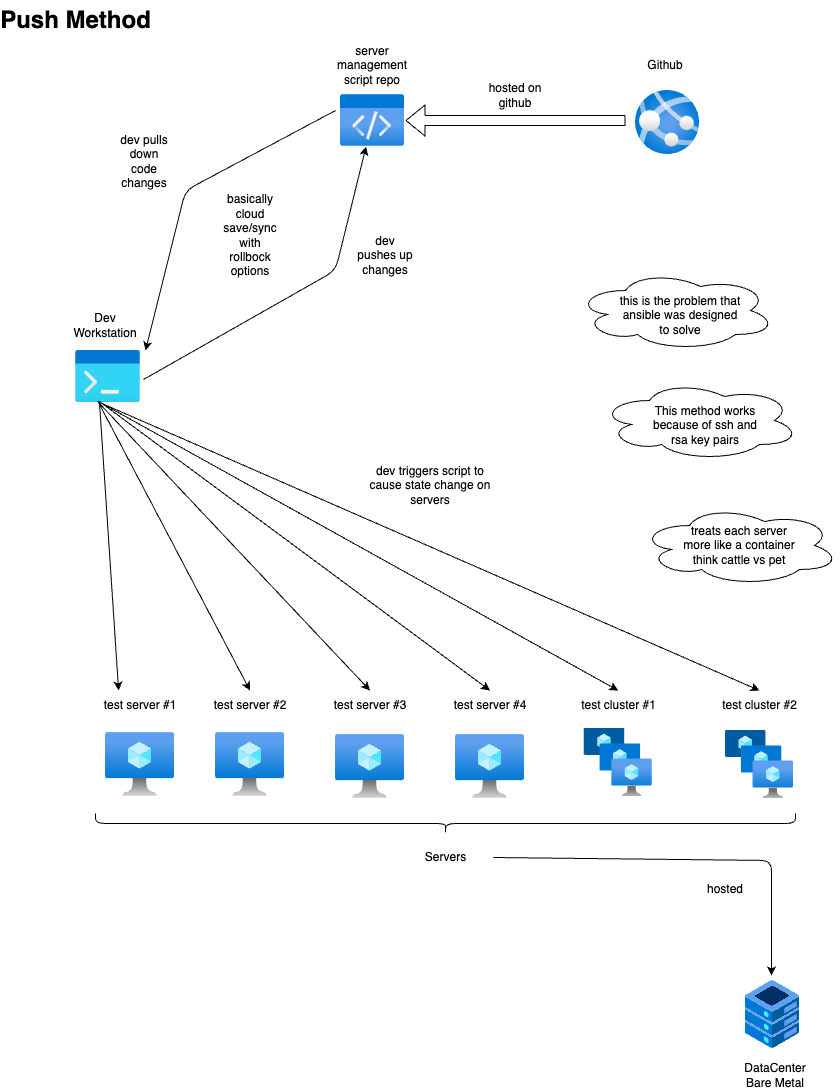
Above: assets/images/server_management_push_model.png in besmith43/tool_docs (draw.io), before the change. Source tidied: cells renumbered, new cells last; positions are measured from the earlier drawing's top-left corner, leaving out a move shared by most shapes. The source it was exported from:
```xml
<mxGraphModel>
  <root>
    <mxCell id="0" />
    <mxCell id="1" parent="0" />
    <mxCell id="2" style="html=1;points=[];align=center;image;fontSize=12;image=img/lib/azure2/general/Dev_Console.svg;" parent="1" vertex="1">
      <mxGeometry x="50" y="350" width="65" height="52" as="geometry" />
    </mxCell>
    <mxCell id="3" style="html=1;align=center;image;fontSize=12;image=img/lib/azure2/containers/App_Services.svg;" parent="1" vertex="1">
      <mxGeometry x="610" y="90" width="64" height="64" as="geometry" />
    </mxCell>
    <mxCell id="4" value="Github" style="text;html=1;strokeColor=none;fillColor=none;align=center;verticalAlign=middle;whiteSpace=wrap;rounded=0;" parent="1" vertex="1">
      <mxGeometry x="610" y="50" width="60" height="30" as="geometry" />
    </mxCell>
    <mxCell id="5" value="Dev Workstation" style="text;html=1;strokeColor=none;fillColor=none;align=center;verticalAlign=middle;whiteSpace=wrap;rounded=0;" parent="1" vertex="1">
      <mxGeometry x="50" y="310" width="60" height="30" as="geometry" />
    </mxCell>
    <mxCell id="6" style="html=1;points=[];align=center;image;fontSize=12;image=img/lib/azure2/other/Fiji.svg;" parent="1" vertex="1">
      <mxGeometry x="720" y="980" width="54" height="68" as="geometry" />
    </mxCell>
    <mxCell id="7" value="DataCenter&lt;br&gt;Bare Metal" style="text;html=1;strokeColor=none;fillColor=none;align=center;verticalAlign=middle;whiteSpace=wrap;rounded=0;" parent="1" vertex="1">
      <mxGeometry x="720" y="1060" width="60" height="30" as="geometry" />
    </mxCell>
    <mxCell id="8" style="html=1;align=center;image;fontSize=12;image=img/lib/azure2/compute/VM_Scale_Sets.svg;" parent="1" vertex="1">
      <mxGeometry x="700" y="730" width="68" height="68" as="geometry" />
    </mxCell>
    <mxCell id="9" style="html=1;align=center;image;fontSize=12;image=img/lib/azure2/compute/Virtual_Machine.svg;" parent="1" vertex="1">
      <mxGeometry x="190" y="732" width="69" height="64" as="geometry" />
    </mxCell>
    <mxCell id="10" style="html=1;align=center;image;fontSize=12;image=img/lib/azure2/compute/Virtual_Machine.svg;" parent="1" vertex="1">
      <mxGeometry x="310" y="734" width="69" height="64" as="geometry" />
    </mxCell>
    <mxCell id="11" style="html=1;align=center;image;fontSize=12;image=img/lib/azure2/compute/Virtual_Machine.svg;" parent="1" vertex="1">
      <mxGeometry x="430" y="734" width="69" height="64" as="geometry" />
    </mxCell>
    <mxCell id="12" value="test server #2" style="text;html=1;strokeColor=none;fillColor=none;align=center;verticalAlign=middle;whiteSpace=wrap;rounded=0;" parent="1" vertex="1">
      <mxGeometry x="181.8" y="690" width="85.5" height="30" as="geometry" />
    </mxCell>
    <mxCell id="13" value="test server #3" style="text;html=1;strokeColor=none;fillColor=none;align=center;verticalAlign=middle;whiteSpace=wrap;rounded=0;" parent="1" vertex="1">
      <mxGeometry x="301.8" y="690" width="85.5" height="30" as="geometry" />
    </mxCell>
    <mxCell id="14" value="test server #4" style="text;html=1;strokeColor=none;fillColor=none;align=center;verticalAlign=middle;whiteSpace=wrap;rounded=0;" parent="1" vertex="1">
      <mxGeometry x="421.8" y="690" width="85.5" height="30" as="geometry" />
    </mxCell>
    <mxCell id="15" value="test cluster #1" style="text;html=1;strokeColor=none;fillColor=none;align=center;verticalAlign=middle;whiteSpace=wrap;rounded=0;" parent="1" vertex="1">
      <mxGeometry x="545.5" y="690" width="94.5" height="30" as="geometry" />
    </mxCell>
    <mxCell id="16" value="test cluster #2" style="text;html=1;strokeColor=none;fillColor=none;align=center;verticalAlign=middle;whiteSpace=wrap;rounded=0;" parent="1" vertex="1">
      <mxGeometry x="685.5" y="690" width="97" height="30" as="geometry" />
    </mxCell>
    <mxCell id="17" style="html=1;align=center;image;fontSize=12;image=img/lib/azure2/compute/Virtual_Machine.svg;" parent="1" vertex="1">
      <mxGeometry x="80" y="732" width="69" height="64" as="geometry" />
    </mxCell>
    <mxCell id="18" value="test server #1" style="text;html=1;strokeColor=none;fillColor=none;align=center;verticalAlign=middle;whiteSpace=wrap;rounded=0;" parent="1" vertex="1">
      <mxGeometry x="71.8" y="690" width="85.5" height="30" as="geometry" />
    </mxCell>
    <mxCell id="19" style="html=1;align=center;image;fontSize=12;image=img/lib/azure2/compute/VM_Scale_Sets.svg;" parent="1" vertex="1">
      <mxGeometry x="558.8" y="728" width="68" height="68" as="geometry" />
    </mxCell>
    <mxCell id="20" value="Servers" style="text;html=1;strokeColor=none;fillColor=none;align=center;verticalAlign=middle;whiteSpace=wrap;rounded=0;" parent="1" vertex="1">
      <mxGeometry x="373" y="842" width="95" height="30" as="geometry" />
    </mxCell>
    <mxCell id="21" style="shape=curlyBracket;whiteSpace=wrap;html=1;rounded=1;flipH=1;labelPosition=right;verticalLabelPosition=middle;align=left;verticalAlign=middle;direction=north;" parent="1" vertex="1">
      <mxGeometry x="70" y="813" width="700" height="20" as="geometry" />
    </mxCell>
    <mxCell id="22" value="server management script repo" style="text;html=1;strokeColor=none;fillColor=none;align=center;verticalAlign=middle;whiteSpace=wrap;rounded=0;" parent="1" vertex="1">
      <mxGeometry x="317" y="50" width="60" height="30" as="geometry" />
    </mxCell>
    <mxCell id="23" style="html=1;points=[];align=center;image;fontSize=12;image=img/lib/azure2/general/Code.svg;" parent="1" vertex="1">
      <mxGeometry x="315" y="94" width="64" height="52" as="geometry" />
    </mxCell>
    <mxCell id="24" style="shape=flexArrow;endArrow=classic;html=1;" parent="1" edge="1">
      <mxGeometry relative="1" as="geometry">
        <mxPoint x="600" y="120" as="sourcePoint" />
        <mxPoint x="380" y="120" as="targetPoint" />
      </mxGeometry>
    </mxCell>
    <mxCell id="25" value="hosted on github" style="text;html=1;strokeColor=none;fillColor=none;align=center;verticalAlign=middle;whiteSpace=wrap;rounded=0;" parent="1" vertex="1">
      <mxGeometry x="460" y="80" width="60" height="30" as="geometry" />
    </mxCell>
    <mxCell id="26" value="dev pulls down code changes" style="text;html=1;strokeColor=none;fillColor=none;align=center;verticalAlign=middle;whiteSpace=wrap;rounded=0;" parent="1" vertex="1">
      <mxGeometry x="89" y="146" width="60" height="30" as="geometry" />
    </mxCell>
    <mxCell id="27" style="endArrow=classic;html=1;" parent="1" edge="1">
      <mxGeometry relative="1" as="geometry">
        <mxPoint x="310" y="110" as="sourcePoint" />
        <mxPoint x="120" y="350" as="targetPoint" />
        <Array as="points">
          <mxPoint x="160" y="190" />
        </Array>
      </mxGeometry>
    </mxCell>
    <mxCell id="28" style="endArrow=classic;html=1;exitX=1.046;exitY=0.558;exitDx=0;exitDy=0;exitPerimeter=0;" parent="1" edge="1" source="2" target="23">
      <mxGeometry relative="1" as="geometry">
        <Array as="points">
          <mxPoint x="310" y="270" />
        </Array>
      </mxGeometry>
    </mxCell>
    <mxCell id="29" value="dev pushes up changes" style="text;html=1;strokeColor=none;fillColor=none;align=center;verticalAlign=middle;whiteSpace=wrap;rounded=0;" parent="1" vertex="1">
      <mxGeometry x="330" y="240" width="60" height="30" as="geometry" />
    </mxCell>
    <mxCell id="30" value="basically cloud save/sync with rollbock options" style="text;html=1;strokeColor=none;fillColor=none;align=center;verticalAlign=middle;whiteSpace=wrap;rounded=0;" parent="1" vertex="1">
      <mxGeometry x="194.5" y="220" width="60" height="30" as="geometry" />
    </mxCell>
    <mxCell id="31" style="endArrow=classic;html=1;exitX=0.369;exitY=1;exitDx=0;exitDy=0;exitPerimeter=0;entryX=0.25;entryY=0;entryDx=0;entryDy=0;" parent="1" edge="1" source="2" target="18">
      <mxGeometry relative="1" as="geometry" />
    </mxCell>
    <mxCell id="32" style="endArrow=classic;html=1;exitX=0.354;exitY=1;exitDx=0;exitDy=0;exitPerimeter=0;entryX=0.5;entryY=0;entryDx=0;entryDy=0;" parent="1" edge="1" source="2" target="12">
      <mxGeometry relative="1" as="geometry" />
    </mxCell>
    <mxCell id="33" style="endArrow=classic;html=1;exitX=0.369;exitY=1.019;exitDx=0;exitDy=0;exitPerimeter=0;entryX=0.5;entryY=0;entryDx=0;entryDy=0;" parent="1" edge="1" source="2" target="13">
      <mxGeometry relative="1" as="geometry" />
    </mxCell>
    <mxCell id="34" style="endArrow=classic;html=1;exitX=0.369;exitY=0.981;exitDx=0;exitDy=0;exitPerimeter=0;entryX=0.5;entryY=0;entryDx=0;entryDy=0;" parent="1" edge="1" source="2" target="14">
      <mxGeometry relative="1" as="geometry" />
    </mxCell>
    <mxCell id="35" style="endArrow=classic;html=1;exitX=0.354;exitY=0.981;exitDx=0;exitDy=0;exitPerimeter=0;entryX=0.5;entryY=0;entryDx=0;entryDy=0;" parent="1" edge="1" source="2" target="15">
      <mxGeometry relative="1" as="geometry" />
    </mxCell>
    <mxCell id="36" style="endArrow=classic;html=1;exitX=0.338;exitY=0.981;exitDx=0;exitDy=0;exitPerimeter=0;entryX=0.5;entryY=0;entryDx=0;entryDy=0;" parent="1" edge="1" source="2" target="16">
      <mxGeometry relative="1" as="geometry" />
    </mxCell>
    <mxCell id="37" value="dev triggers script to cause state change on servers" style="text;html=1;strokeColor=none;fillColor=none;align=center;verticalAlign=middle;whiteSpace=wrap;rounded=0;" parent="1" vertex="1">
      <mxGeometry x="340" y="470" width="130" height="30" as="geometry" />
    </mxCell>
    <mxCell id="38" style="ellipse;shape=cloud;whiteSpace=wrap;html=1;" parent="1" vertex="1">
      <mxGeometry x="550" y="270" width="200" height="80" as="geometry" />
    </mxCell>
    <mxCell id="39" value="this is the problem that ansible was designed to solve" style="text;html=1;strokeColor=none;fillColor=none;align=center;verticalAlign=middle;whiteSpace=wrap;rounded=0;" parent="1" vertex="1">
      <mxGeometry x="590" y="300" width="130" height="30" as="geometry" />
    </mxCell>
    <mxCell id="40" style="ellipse;shape=cloud;whiteSpace=wrap;html=1;" parent="1" vertex="1">
      <mxGeometry x="574" y="380" width="200" height="80" as="geometry" />
    </mxCell>
    <mxCell id="41" value="This method works because of ssh and rsa key pairs" style="text;html=1;strokeColor=none;fillColor=none;align=center;verticalAlign=middle;whiteSpace=wrap;rounded=0;" parent="1" vertex="1">
      <mxGeometry x="620" y="390" width="120" height="70" as="geometry" />
    </mxCell>
    <mxCell id="42" value="Push Method" style="text;strokeColor=none;fillColor=none;html=1;fontSize=24;fontStyle=1;verticalAlign=middle;align=center;" parent="1" vertex="1">
      <mxGeometry width="100" height="40" as="geometry" />
    </mxCell>
    <mxCell id="43" style="ellipse;shape=cloud;whiteSpace=wrap;html=1;" parent="1" vertex="1">
      <mxGeometry x="614" y="505" width="200" height="80" as="geometry" />
    </mxCell>
    <mxCell id="44" value="treats each server more like a container&lt;br&gt;think cattle vs pet" style="text;html=1;strokeColor=none;fillColor=none;align=center;verticalAlign=middle;whiteSpace=wrap;rounded=0;" parent="1" vertex="1">
      <mxGeometry x="654" y="510" width="120" height="70" as="geometry" />
    </mxCell>
    <mxCell id="45" style="endArrow=classic;html=1;exitX=1;exitY=0.5;exitDx=0;exitDy=0;entryX=0.481;entryY=-0.074;entryDx=0;entryDy=0;entryPerimeter=0;" parent="1" edge="1" source="20" target="6">
      <mxGeometry relative="1" as="geometry">
        <Array as="points">
          <mxPoint x="746" y="860" />
        </Array>
      </mxGeometry>
    </mxCell>
    <mxCell id="46" value="hosted" style="text;html=1;strokeColor=none;fillColor=none;align=center;verticalAlign=middle;whiteSpace=wrap;rounded=0;" parent="1" vertex="1">
      <mxGeometry x="670" y="874" width="60" height="30" as="geometry" />
    </mxCell>
  </root>
</mxGraphModel>
```
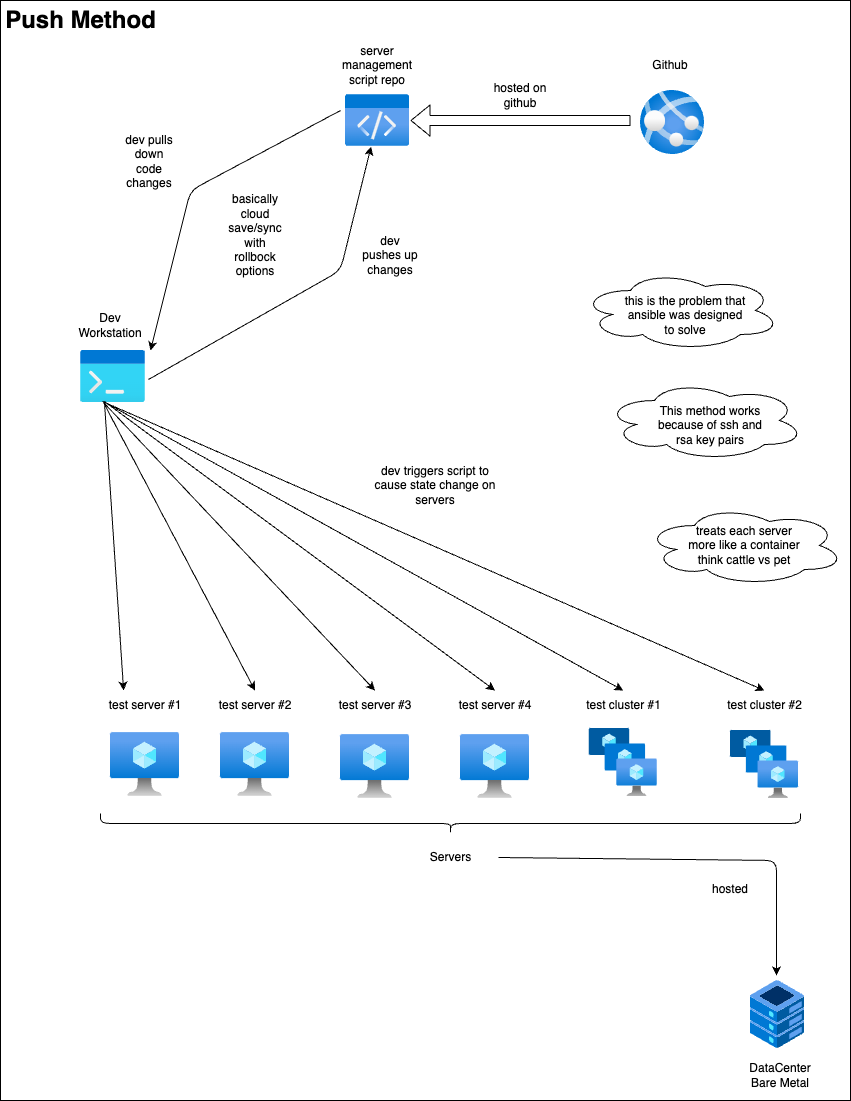
After the change.

Change to the diagram source:
```diff
@@ -2,6 +2,9 @@
   <root>
     <mxCell id="0" />
     <mxCell id="1" parent="0" />
+    <mxCell id="47" style="rounded=0;whiteSpace=wrap;html=1;" parent="1" vertex="1">
+      <mxGeometry x="-30" width="850" height="1100" as="geometry" />
+    </mxCell>
     <mxCell id="2" style="html=1;points=[];align=center;image;fontSize=12;image=img/lib/azure2/general/Dev_Console.svg;" parent="1" vertex="1">
       <mxGeometry x="50" y="350" width="65" height="52" as="geometry" />
     </mxCell>
```
